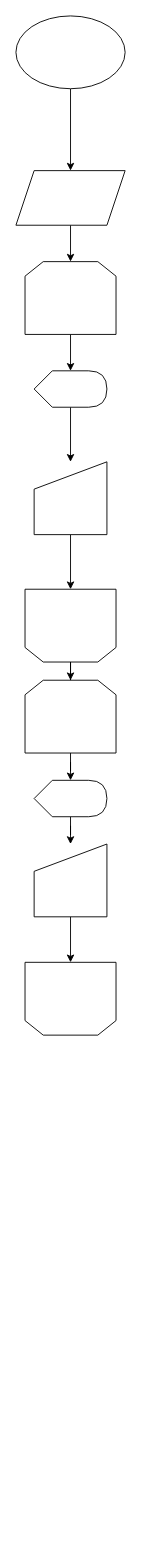
This is Untitled Diagram.drawio from Goncharovshadowcomovich/princip, a draw.io file, before an edit. Source tidied: cells renumbered, new cells numbered last; positions are measured from the earlier drawing's top-left corner, leaving out a move shared by most shapes. Both pictures are drawn from the tidied source at 91%, with x=0, y=0 at pixel (15, 15).
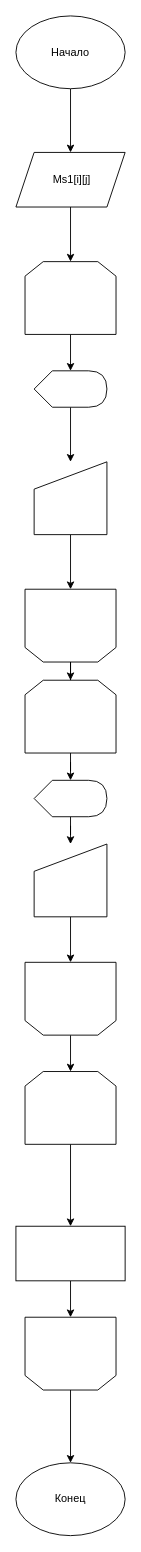
The same page after the edit.

Unchanged cells that the change refers to:
```xml
<mxCell id="18" style="shape=loopLimit;whiteSpace=wrap;html=1;direction=west;" parent="1" vertex="1">
  <mxGeometry x="10" y="1040" width="100" height="80" as="geometry" />
</mxCell>
```

What changed in the source:
```diff
@@
-    <mxCell id="3" style="ellipse;whiteSpace=wrap;html=1;" parent="1" vertex="1">
+    <mxCell id="3" value="Начало" style="ellipse;whiteSpace=wrap;html=1;" parent="1" vertex="1">
       <mxGeometry width="120" height="80" as="geometry" />
     </mxCell>
@@
-    <mxCell id="5" style="shape=parallelogram;perimeter=parallelogramPerimeter;whiteSpace=wrap;html=1;fixedSize=1;" parent="1" vertex="1">
-      <mxGeometry y="170" width="120" height="60" as="geometry" />
+    <mxCell id="5" value="&amp;nbsp;Ms1[i][j]" style="shape=parallelogram;perimeter=parallelogramPerimeter;whiteSpace=wrap;html=1;fixedSize=1;" parent="1" vertex="1">
+      <mxGeometry y="150" width="120" height="60" as="geometry" />
     </mxCell>
@@
+    <mxCell id="21" style="edgeStyle=orthogonalEdgeStyle;rounded=0;jettySize=auto;html=1;" parent="1" edge="1" source="18" target="23">
+      <mxGeometry relative="1" as="geometry" />
+    </mxCell>
@@
+    <mxCell id="22" style="edgeStyle=orthogonalEdgeStyle;rounded=0;jettySize=auto;html=1;" parent="1" edge="1" source="23" target="25">
+      <mxGeometry relative="1" as="geometry" />
+    </mxCell>
+    <mxCell id="23" style="shape=loopLimit;whiteSpace=wrap;html=1;direction=east;" parent="1" vertex="1">
+      <mxGeometry x="10" y="1160" width="100" height="80" as="geometry" />
+    </mxCell>
+    <mxCell id="24" style="edgeStyle=orthogonalEdgeStyle;rounded=0;jettySize=auto;html=1;" parent="1" edge="1" source="25" target="27">
+      <mxGeometry relative="1" as="geometry" />
+    </mxCell>
+    <mxCell id="25" style="whiteSpace=wrap;html=1;" parent="1" vertex="1">
+      <mxGeometry y="1330" width="120" height="60" as="geometry" />
+    </mxCell>
+    <mxCell id="26" style="edgeStyle=orthogonalEdgeStyle;rounded=0;jettySize=auto;html=1;" parent="1" edge="1" source="27" target="28">
+      <mxGeometry relative="1" as="geometry" />
+    </mxCell>
+    <mxCell id="27" style="shape=loopLimit;whiteSpace=wrap;html=1;direction=west;" parent="1" vertex="1">
+      <mxGeometry x="10" y="1430" width="100" height="80" as="geometry" />
+    </mxCell>
+    <mxCell id="28" value="Конец" style="ellipse;whiteSpace=wrap;html=1;" parent="1" vertex="1">
+      <mxGeometry y="1590" width="120" height="80" as="geometry" />
+    </mxCell>
```
